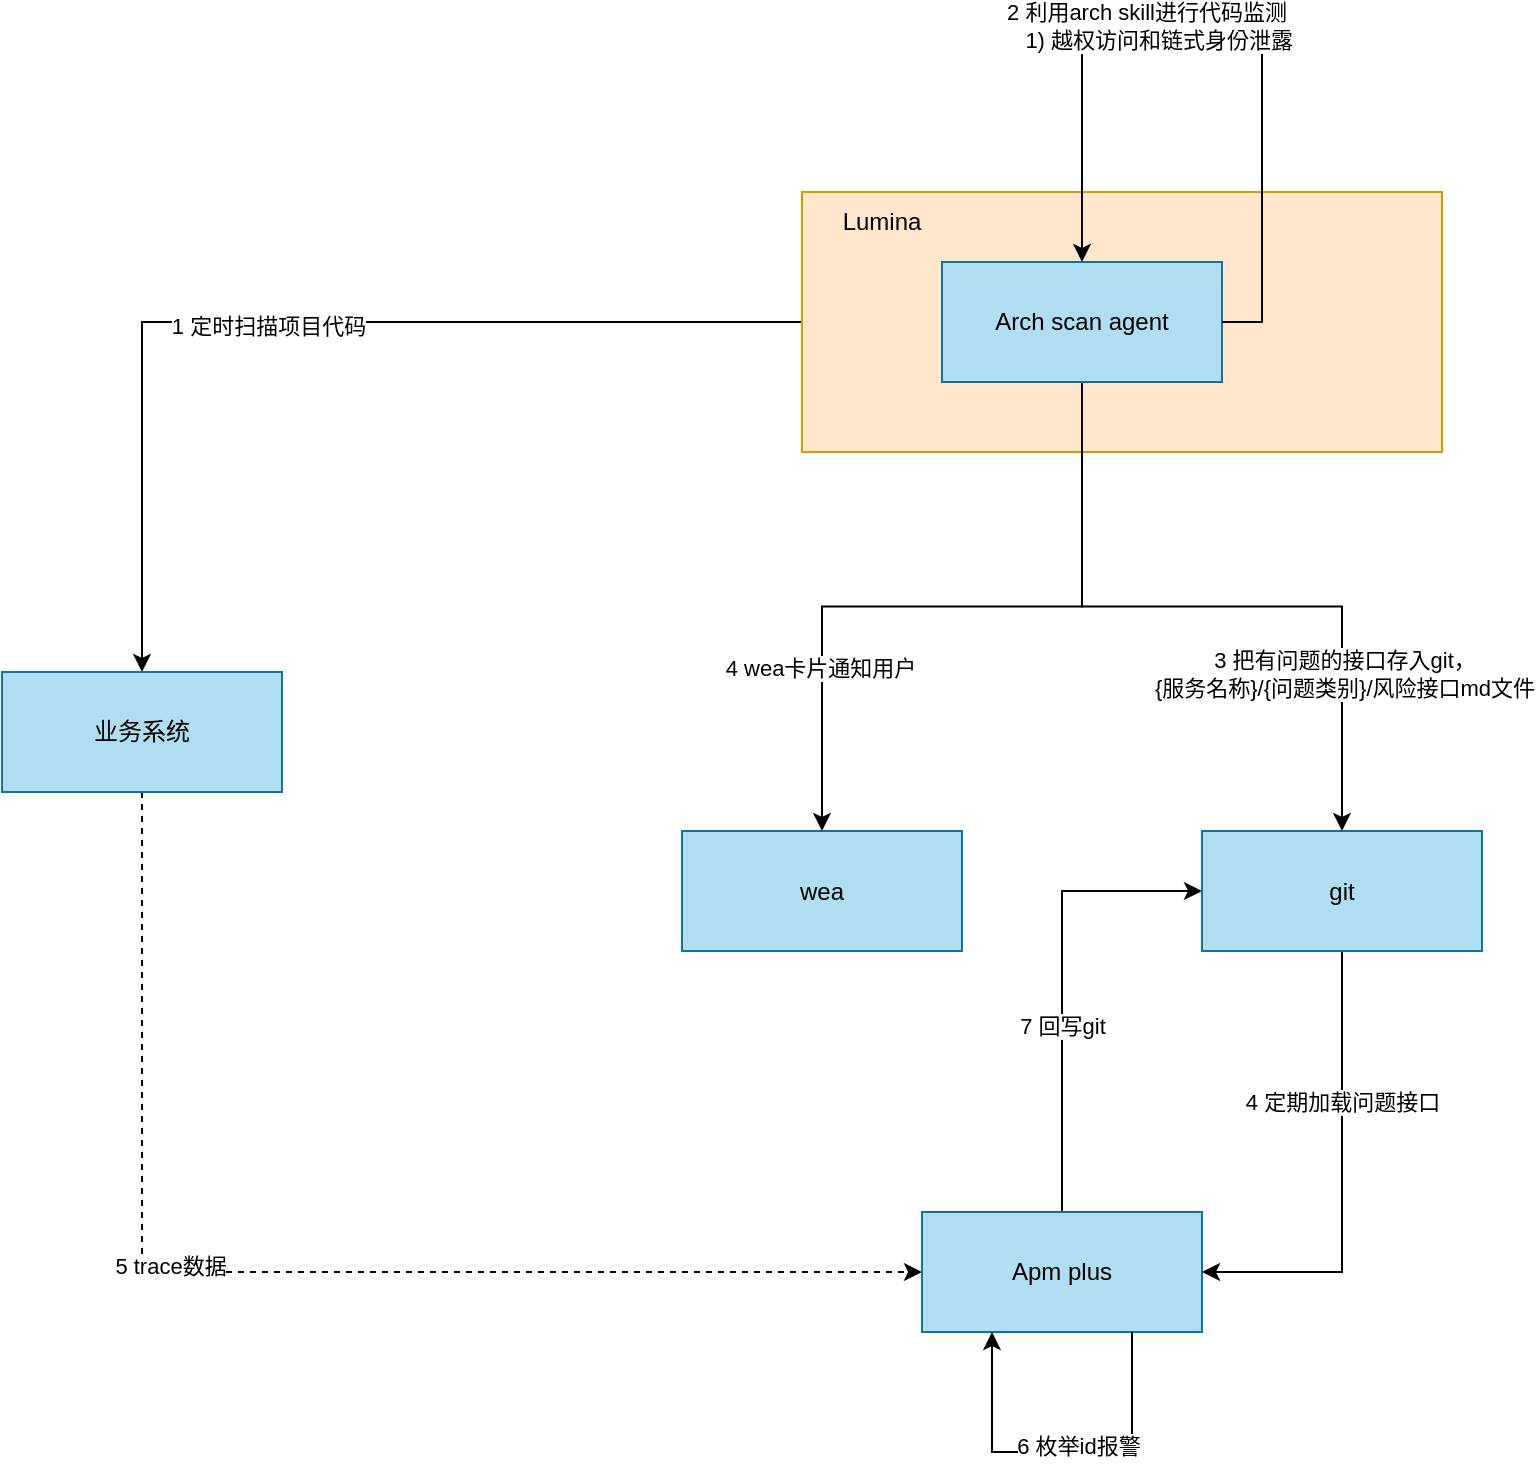
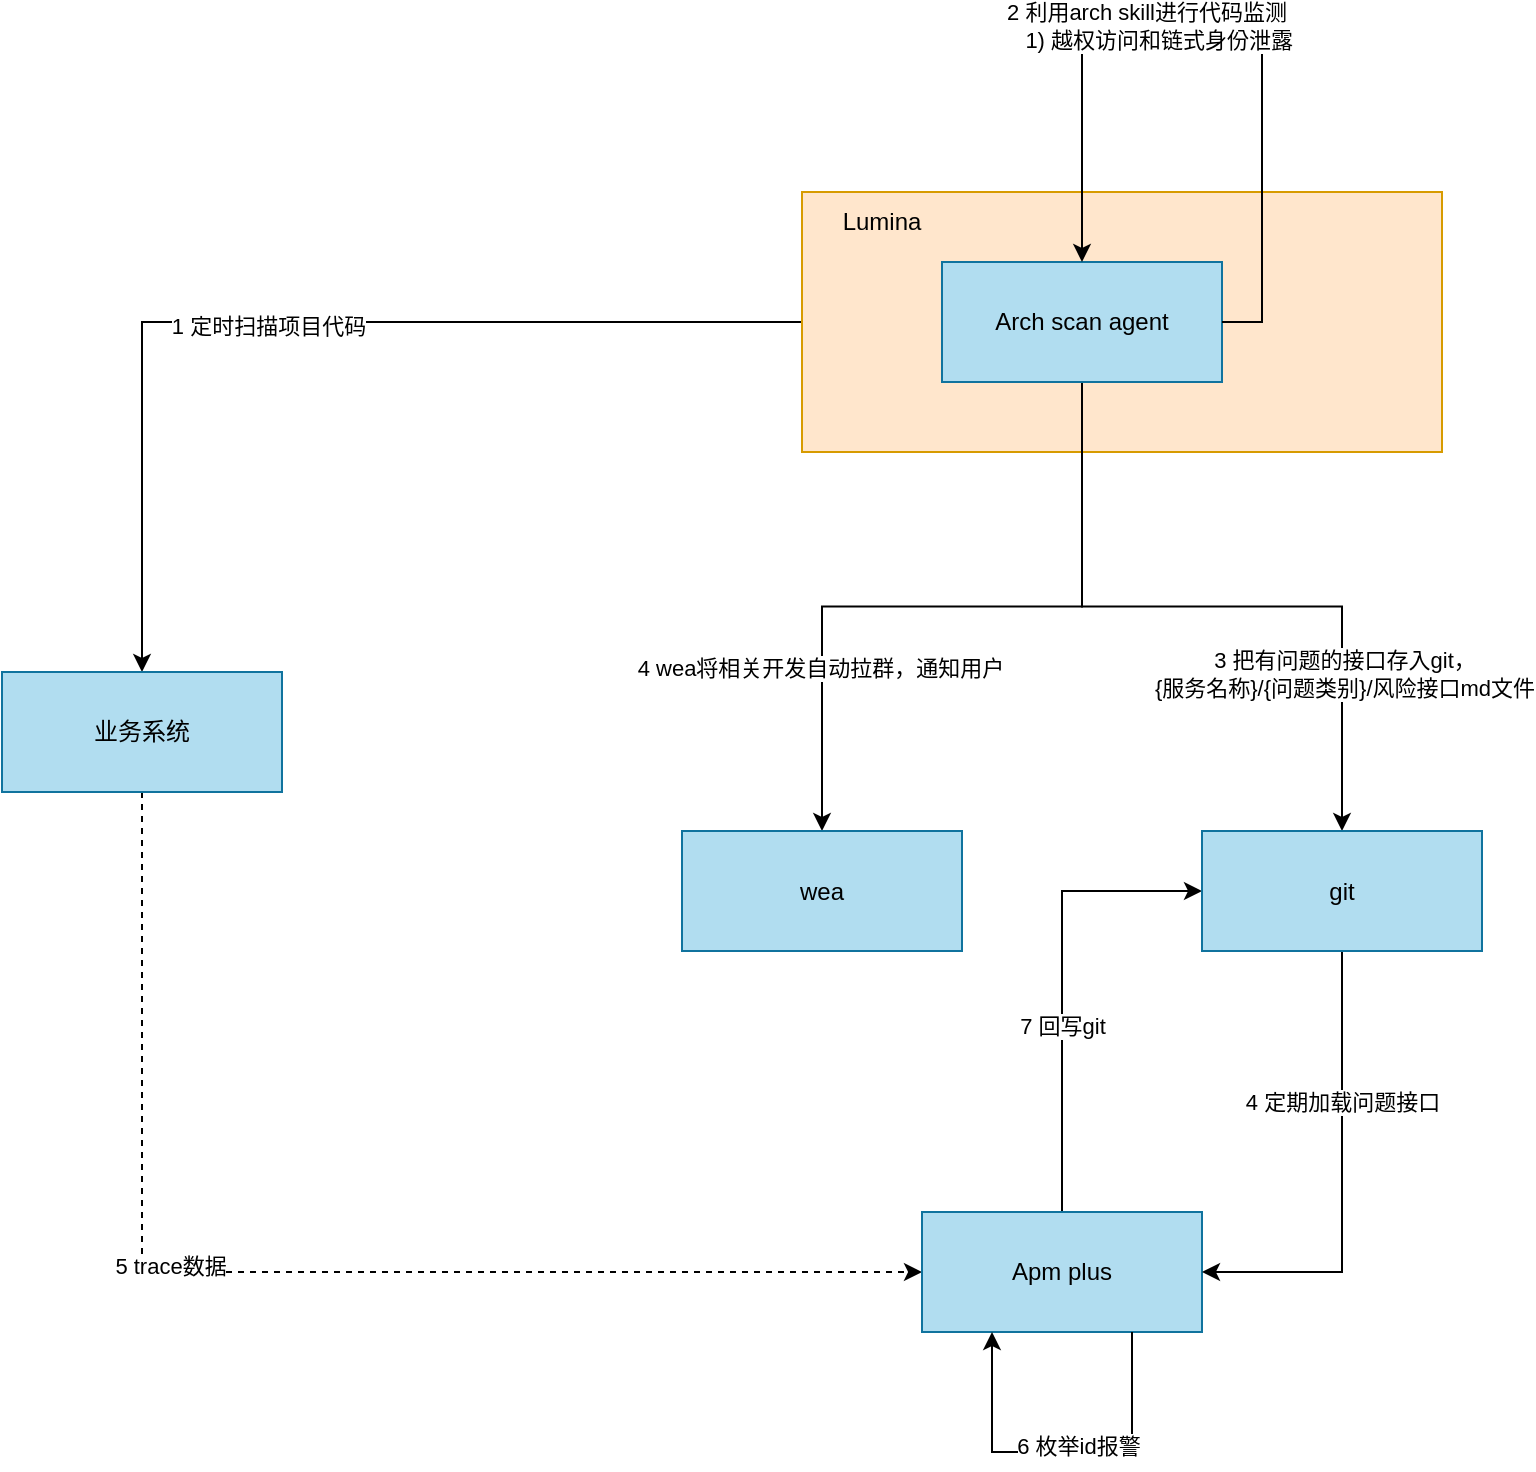
<mxfile host="app.diagrams.net">
  <diagram name="第 1 页" id="v4d0oD99BJNh_s1QToVL">
    <mxGraphModel dx="1222" dy="764" grid="1" gridSize="10" guides="1" tooltips="1" connect="1" arrows="1" fold="1" page="1" pageScale="1" pageWidth="3300" pageHeight="2339" math="0" shadow="0">
      <root>
        <mxCell id="0" />
        <mxCell id="1" parent="0" />
        <mxCell id="BZSGkBbcOcEUag34DBB_-2" edge="1" parent="1" source="SJECwPXb0EPlWWx2axZS-5" style="edgeStyle=orthogonalEdgeStyle;rounded=0;orthogonalLoop=1;jettySize=auto;html=1;exitX=0;exitY=0.5;exitDx=0;exitDy=0;" target="BZSGkBbcOcEUag34DBB_-1">
          <mxGeometry relative="1" as="geometry" />
        </mxCell>
        <mxCell id="BZSGkBbcOcEUag34DBB_-9" connectable="0" parent="BZSGkBbcOcEUag34DBB_-2" style="edgeLabel;html=1;align=center;verticalAlign=middle;resizable=0;points=[];" value="1 定时扫描项目代码" vertex="1">
          <mxGeometry relative="1" x="0.0582" y="2" as="geometry">
            <mxPoint as="offset" />
          </mxGeometry>
        </mxCell>
        <mxCell id="SJECwPXb0EPlWWx2axZS-5" parent="1" style="rounded=0;whiteSpace=wrap;html=1;fillColor=#ffe6cc;strokeColor=#d79b00;" value="" vertex="1">
          <mxGeometry height="130" width="320" x="530" y="160" as="geometry" />
        </mxCell>
        <mxCell id="BZSGkBbcOcEUag34DBB_-19" edge="1" parent="1" source="BZSGkBbcOcEUag34DBB_-1" style="edgeStyle=orthogonalEdgeStyle;rounded=0;orthogonalLoop=1;jettySize=auto;html=1;exitX=0.5;exitY=1;exitDx=0;exitDy=0;entryX=0;entryY=0.5;entryDx=0;entryDy=0;dashed=1;" target="BZSGkBbcOcEUag34DBB_-3">
          <mxGeometry relative="1" as="geometry" />
        </mxCell>
        <mxCell id="BZSGkBbcOcEUag34DBB_-20" connectable="0" parent="BZSGkBbcOcEUag34DBB_-19" style="edgeLabel;html=1;align=center;verticalAlign=middle;resizable=0;points=[];" value="5 trace数据" vertex="1">
          <mxGeometry relative="1" x="-0.1937" y="3" as="geometry">
            <mxPoint as="offset" />
          </mxGeometry>
        </mxCell>
        <mxCell id="BZSGkBbcOcEUag34DBB_-1" parent="1" style="rounded=0;whiteSpace=wrap;html=1;fillColor=#b1ddf0;strokeColor=#10739e;" value="业务系统" vertex="1">
          <mxGeometry height="60" width="140" x="130" y="400" as="geometry" />
        </mxCell>
        <mxCell id="BZSGkBbcOcEUag34DBB_-23" edge="1" parent="1" source="BZSGkBbcOcEUag34DBB_-3" style="edgeStyle=orthogonalEdgeStyle;rounded=0;orthogonalLoop=1;jettySize=auto;html=1;exitX=0.5;exitY=0;exitDx=0;exitDy=0;entryX=0;entryY=0.5;entryDx=0;entryDy=0;" target="BZSGkBbcOcEUag34DBB_-6">
          <mxGeometry relative="1" as="geometry" />
        </mxCell>
        <mxCell id="BZSGkBbcOcEUag34DBB_-24" connectable="0" parent="BZSGkBbcOcEUag34DBB_-23" style="edgeLabel;html=1;align=center;verticalAlign=middle;resizable=0;points=[];" value="7 回写git" vertex="1">
          <mxGeometry relative="1" x="-0.1931" as="geometry">
            <mxPoint as="offset" />
          </mxGeometry>
        </mxCell>
        <mxCell id="BZSGkBbcOcEUag34DBB_-3" parent="1" style="rounded=0;whiteSpace=wrap;html=1;fillColor=#b1ddf0;strokeColor=#10739e;" value="Apm plus" vertex="1">
          <mxGeometry height="60" width="140" x="590" y="670" as="geometry" />
        </mxCell>
        <mxCell id="BZSGkBbcOcEUag34DBB_-7" edge="1" parent="1" source="SJECwPXb0EPlWWx2axZS-4" style="edgeStyle=orthogonalEdgeStyle;rounded=0;orthogonalLoop=1;jettySize=auto;html=1;exitX=0.5;exitY=1;exitDx=0;exitDy=0;" target="BZSGkBbcOcEUag34DBB_-6">
          <mxGeometry relative="1" as="geometry" />
        </mxCell>
        <mxCell id="BZSGkBbcOcEUag34DBB_-14" connectable="0" parent="BZSGkBbcOcEUag34DBB_-7" style="edgeLabel;html=1;align=center;verticalAlign=middle;resizable=0;points=[];" value="3 把有问题的接口存入git，&lt;div&gt;{服务名称}/&lt;span style=&quot;background-color: light-dark(#ffffff, var(--ge-dark-color, #121212)); color: light-dark(rgb(0, 0, 0), rgb(255, 255, 255));&quot;&gt;{问题类别}/风险接口md文件&lt;/span&gt;&lt;/div&gt;" vertex="1">
          <mxGeometry relative="1" x="0.0845" y="1" as="geometry">
            <mxPoint x="51" y="34" as="offset" />
          </mxGeometry>
        </mxCell>
        <mxCell id="BZSGkBbcOcEUag34DBB_-8" edge="1" parent="1" source="SJECwPXb0EPlWWx2axZS-4" style="edgeStyle=orthogonalEdgeStyle;rounded=0;orthogonalLoop=1;jettySize=auto;html=1;exitX=0.5;exitY=1;exitDx=0;exitDy=0;" target="BZSGkBbcOcEUag34DBB_-5">
          <mxGeometry relative="1" as="geometry" />
        </mxCell>
-         <mxCell id="BZSGkBbcOcEUag34DBB_-15" connectable="0" parent="BZSGkBbcOcEUag34DBB_-8" style="edgeLabel;html=1;align=center;verticalAlign=middle;resizable=0;points=[];" value="4 wea卡片通知用户" vertex="1">
+         <mxCell id="BZSGkBbcOcEUag34DBB_-15" connectable="0" parent="BZSGkBbcOcEUag34DBB_-8" style="edgeLabel;html=1;align=center;verticalAlign=middle;resizable=0;points=[];" value="4 wea将相关开发自动拉群，通知用户" vertex="1">
          <mxGeometry relative="1" x="0.538" y="-1" as="geometry">
            <mxPoint as="offset" />
          </mxGeometry>
        </mxCell>
        <mxCell id="SJECwPXb0EPlWWx2axZS-4" parent="1" style="rounded=0;whiteSpace=wrap;html=1;fillColor=#b1ddf0;strokeColor=#10739e;" value="Arch scan agent" vertex="1">
          <mxGeometry height="60" width="140" x="600" y="195" as="geometry" />
        </mxCell>
        <mxCell id="BZSGkBbcOcEUag34DBB_-4" parent="1" style="text;html=1;whiteSpace=wrap;strokeColor=none;fillColor=none;align=center;verticalAlign=middle;rounded=0;" value="Lumina" vertex="1">
          <mxGeometry height="30" width="60" x="540" y="160" as="geometry" />
        </mxCell>
        <mxCell id="BZSGkBbcOcEUag34DBB_-5" parent="1" style="rounded=0;whiteSpace=wrap;html=1;fillColor=#b1ddf0;strokeColor=#10739e;" value="wea" vertex="1">
          <mxGeometry height="60" width="140" x="470" y="479.5" as="geometry" />
        </mxCell>
        <mxCell id="BZSGkBbcOcEUag34DBB_-17" edge="1" parent="1" source="BZSGkBbcOcEUag34DBB_-6" style="edgeStyle=orthogonalEdgeStyle;rounded=0;orthogonalLoop=1;jettySize=auto;html=1;exitX=0.5;exitY=1;exitDx=0;exitDy=0;entryX=1;entryY=0.5;entryDx=0;entryDy=0;" target="BZSGkBbcOcEUag34DBB_-3">
          <mxGeometry relative="1" as="geometry" />
        </mxCell>
        <mxCell id="BZSGkBbcOcEUag34DBB_-18" connectable="0" parent="BZSGkBbcOcEUag34DBB_-17" style="edgeLabel;html=1;align=center;verticalAlign=middle;resizable=0;points=[];" value="4 定期加载问题接口" vertex="1">
          <mxGeometry relative="1" x="-0.3536" as="geometry">
            <mxPoint y="1" as="offset" />
          </mxGeometry>
        </mxCell>
        <mxCell id="BZSGkBbcOcEUag34DBB_-6" parent="1" style="rounded=0;whiteSpace=wrap;html=1;fillColor=#b1ddf0;strokeColor=#10739e;" value="git" vertex="1">
          <mxGeometry height="60" width="140" x="730" y="479.5" as="geometry" />
        </mxCell>
        <mxCell id="BZSGkBbcOcEUag34DBB_-12" edge="1" parent="1" source="SJECwPXb0EPlWWx2axZS-4" style="edgeStyle=orthogonalEdgeStyle;rounded=0;orthogonalLoop=1;jettySize=auto;html=1;exitX=1;exitY=0.5;exitDx=0;exitDy=0;entryX=0.5;entryY=0;entryDx=0;entryDy=0;" target="SJECwPXb0EPlWWx2axZS-4">
          <mxGeometry relative="1" as="geometry">
            <Array as="points">
              <mxPoint x="760" y="225" />
              <mxPoint x="760" y="80" />
              <mxPoint x="670" y="80" />
            </Array>
          </mxGeometry>
        </mxCell>
        <mxCell id="BZSGkBbcOcEUag34DBB_-13" connectable="0" parent="BZSGkBbcOcEUag34DBB_-12" style="edgeLabel;html=1;align=center;verticalAlign=middle;resizable=0;points=[];" value="2 利用arch skill进行代码监测&lt;div&gt;&amp;nbsp; &amp;nbsp; 1) 越权访问和链式身份泄露&lt;/div&gt;" vertex="1">
          <mxGeometry relative="1" x="0.2054" y="-3" as="geometry">
            <mxPoint as="offset" />
          </mxGeometry>
        </mxCell>
        <mxCell id="BZSGkBbcOcEUag34DBB_-21" edge="1" parent="1" source="BZSGkBbcOcEUag34DBB_-3" style="edgeStyle=orthogonalEdgeStyle;rounded=0;orthogonalLoop=1;jettySize=auto;html=1;exitX=0.75;exitY=1;exitDx=0;exitDy=0;entryX=0.25;entryY=1;entryDx=0;entryDy=0;" target="BZSGkBbcOcEUag34DBB_-3">
          <mxGeometry relative="1" as="geometry">
            <Array as="points">
              <mxPoint x="695" y="790" />
              <mxPoint x="625" y="790" />
            </Array>
          </mxGeometry>
        </mxCell>
        <mxCell id="BZSGkBbcOcEUag34DBB_-22" connectable="0" parent="BZSGkBbcOcEUag34DBB_-21" style="edgeLabel;html=1;align=center;verticalAlign=middle;resizable=0;points=[];" value="6 枚举id报警" vertex="1">
          <mxGeometry relative="1" x="-0.0842" y="-3" as="geometry">
            <mxPoint as="offset" />
          </mxGeometry>
        </mxCell>
      </root>
    </mxGraphModel>
  </diagram>
</mxfile>
